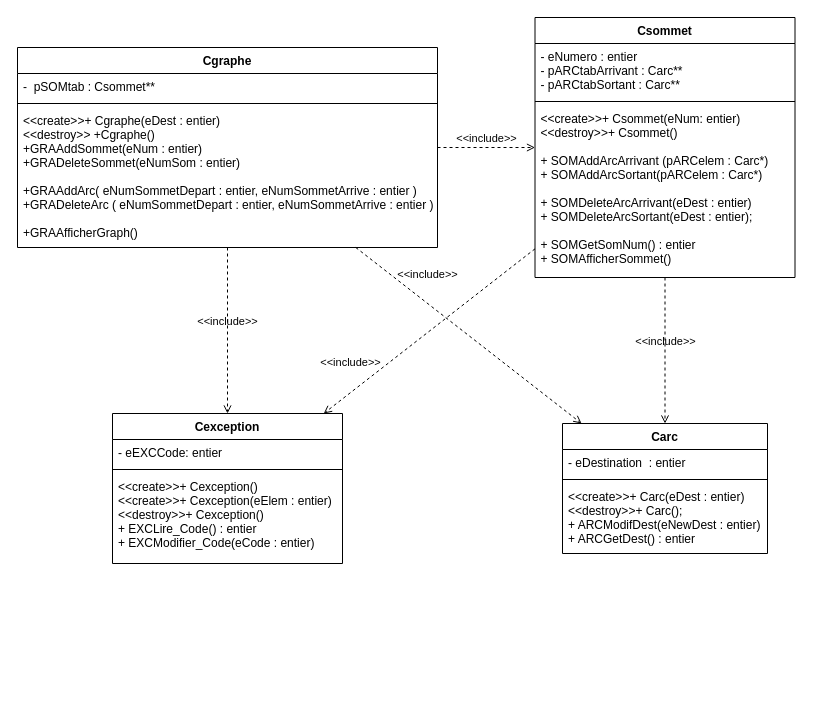
Earlier version of the draw.io diagram ClassDiagram.drawio (Banalian/ProjetTutCppGraphs). Source tidied: cells renumbered, new cells numbered last; positions are measured from the earlier drawing's top-left corner, leaving out a move shared by most shapes. Both pictures are drawn from the tidied source at 100%, with x=0, y=0 at pixel (17, 17).
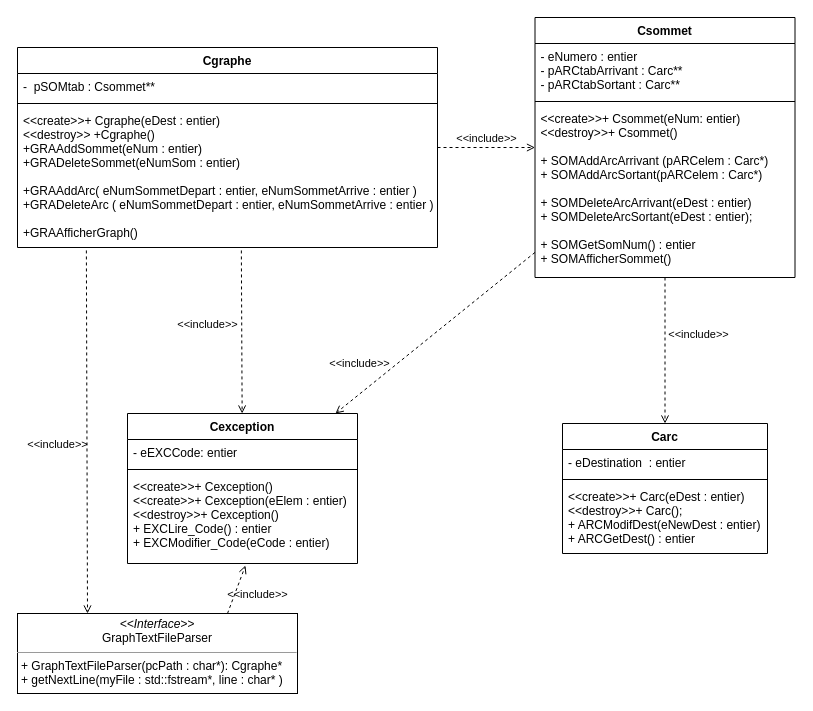
Above is the later version.

Unchanged cells that the change refers to:
```xml
<mxCell id="2" value="Cgraphe" style="swimlane;fontStyle=1;align=center;verticalAlign=top;horizontal=1;startSize=26;" parent="1" vertex="1">
  <mxGeometry y="30" width="420" height="200" as="geometry" />
</mxCell>
<mxCell id="5" value="&lt;&lt;create&gt;&gt;+ Cgraphe(eDest : entier)&#10;&lt;&lt;destroy&gt;&gt; +Cgraphe()&#10;+GRAAddSommet(eNum : entier)&#10;+GRADeleteSommet(eNumSom : entier)&#10;&#10;+GRAAddArc( eNumSommetDepart : entier, eNumSommetArrive : entier )&#10;+GRADeleteArc ( eNumSommetDepart : entier, eNumSommetArrive : entier )&#10;&#10;+GRAAfficherGraph()" style="text;strokeColor=none;fillColor=none;align=left;verticalAlign=top;spacingLeft=4;spacingRight=4;overflow=hidden;points=[[0,0.5],[1,0.5]];portConstraint=eastwest;" parent="2" vertex="1">
  <mxGeometry y="60" width="420" height="140" as="geometry" />
</mxCell>
<mxCell id="6" value="Csommet" style="swimlane;fontStyle=1;align=center;verticalAlign=top;horizontal=1;startSize=26;" parent="1" vertex="1">
  <mxGeometry x="517.5" width="260" height="260" as="geometry" />
</mxCell>
<mxCell id="10" value="Carc" style="swimlane;fontStyle=1;align=center;verticalAlign=top;horizontal=1;startSize=26;" parent="1" vertex="1">
  <mxGeometry x="545" y="406" width="205" height="130" as="geometry" />
</mxCell>
<mxCell id="17" value="&lt;&lt;create&gt;&gt;+ Cexception()&#10;&lt;&lt;create&gt;&gt;+ Cexception(eElem : entier)&#10;&lt;&lt;destroy&gt;&gt;+ Cexception()&#10;+ EXCLire_Code() : entier&#10;+ EXCModifier_Code(eCode : entier)" style="text;strokeColor=none;fillColor=none;align=left;verticalAlign=top;spacingLeft=4;spacingRight=4;overflow=hidden;points=[[0,0.5],[1,0.5]];portConstraint=eastwest;" parent="14" vertex="1">
  <mxGeometry y="60" width="230" height="90" as="geometry" />
</mxCell>
```

The edit, as a diff of the source:
```diff
@@
     <mxCell id="14" value="Cexception" style="swimlane;fontStyle=1;align=center;verticalAlign=top;horizontal=1;startSize=26;" parent="1" vertex="1">
-      <mxGeometry x="95" y="396" width="230" height="150" as="geometry" />
+      <mxGeometry x="110" y="396" width="230" height="150" as="geometry" />
     </mxCell>
@@
-    <mxCell id="19" value="&amp;lt;&amp;lt;include&amp;gt;&amp;gt;" style="html=1;verticalAlign=bottom;labelBackgroundColor=none;endArrow=open;endFill=0;dashed=1;" parent="1" edge="1" source="2" target="14">
-      <mxGeometry relative="1" as="geometry" />
+    <mxCell id="19" value="&amp;lt;&amp;lt;include&amp;gt;&amp;gt;" style="html=1;verticalAlign=bottom;labelBackgroundColor=none;endArrow=open;endFill=0;dashed=1;exitX=0.533;exitY=1.021;exitDx=0;exitDy=0;exitPerimeter=0;" parent="1" edge="1" source="5" target="14">
+      <mxGeometry x="0.02" y="-34" relative="1" as="geometry" />
     </mxCell>
@@
-    <mxCell id="21" value="&amp;lt;&amp;lt;include&amp;gt;&amp;gt;" style="html=1;verticalAlign=bottom;labelBackgroundColor=none;endArrow=open;endFill=0;dashed=1;" parent="1" edge="1" source="2" target="10">
-      <mxGeometry x="-0.45" y="16" relative="1" as="geometry" />
-    </mxCell>
     <mxCell id="22" value="&amp;lt;&amp;lt;include&amp;gt;&amp;gt;" style="html=1;verticalAlign=bottom;labelBackgroundColor=none;endArrow=open;endFill=0;dashed=1;" parent="1" edge="1" source="6" target="10">
-      <mxGeometry relative="1" as="geometry" />
+      <mxGeometry x="-0.1" y="33" relative="1" as="geometry" />
     </mxCell>
+    <mxCell id="23" value="&lt;p style=&quot;margin: 0px ; margin-top: 4px ; text-align: center&quot;&gt;&lt;i&gt;&amp;lt;&amp;lt;Interface&amp;gt;&amp;gt;&lt;/i&gt;&lt;br&gt;&lt;span style=&quot;text-align: left&quot;&gt;GraphTextFileParser&lt;/span&gt;&lt;br&gt;&lt;/p&gt;&lt;hr size=&quot;1&quot;&gt;&lt;p style=&quot;margin: 0px ; margin-left: 4px&quot;&gt;+ GraphTextFileParser(pcPath : char*): Cgraphe*&lt;br&gt;&lt;/p&gt;&lt;p style=&quot;margin: 0px ; margin-left: 4px&quot;&gt;+ getNextLine(myFile : std::fstream*, line : char* )&lt;/p&gt;" style="verticalAlign=top;align=left;overflow=fill;fontSize=12;fontFamily=Helvetica;html=1;" parent="1" vertex="1">
+      <mxGeometry y="596" width="280" height="80" as="geometry" />
+    </mxCell>
+    <mxCell id="24" value="&amp;lt;&amp;lt;include&amp;gt;&amp;gt;" style="html=1;verticalAlign=bottom;labelBackgroundColor=none;endArrow=open;endFill=0;dashed=1;exitX=0.164;exitY=1.021;exitDx=0;exitDy=0;exitPerimeter=0;entryX=0.25;entryY=0;entryDx=0;entryDy=0;" parent="1" edge="1" source="5" target="23">
+      <mxGeometry x="0.12" y="-30" relative="1" as="geometry" />
+    </mxCell>
+    <mxCell id="25" value="&amp;lt;&amp;lt;include&amp;gt;&amp;gt;" style="html=1;verticalAlign=bottom;labelBackgroundColor=none;endArrow=open;endFill=0;dashed=1;exitX=0.75;exitY=0;exitDx=0;exitDy=0;entryX=0.513;entryY=1.022;entryDx=0;entryDy=0;entryPerimeter=0;" parent="1" edge="1" source="23" target="17">
+      <mxGeometry x="-0.22" y="-25" relative="1" as="geometry" />
+    </mxCell>
```
